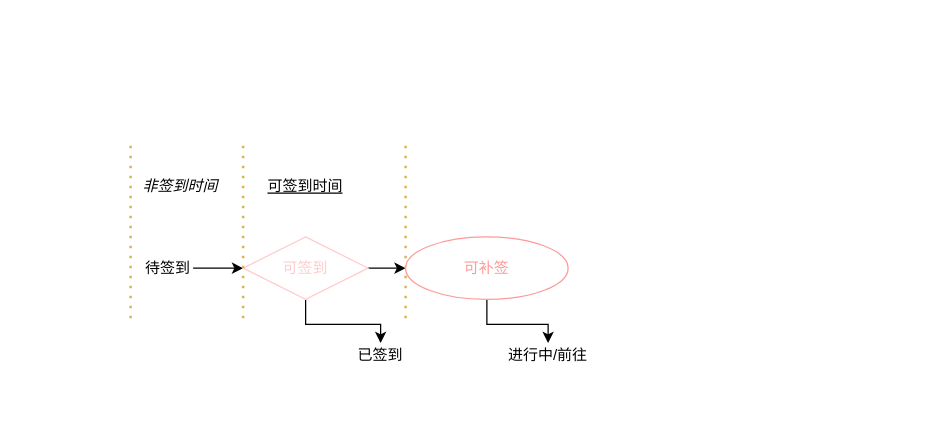
The draw.io diagram Untitled Diagram.drawio in pearhield/test, before the edit. Source tidied: cells renumbered, new cells numbered last; positions are measured from the earlier drawing's top-left corner, leaving out a move shared by most shapes. Both pictures are drawn from the tidied source at 125%, with x=0, y=0 at pixel (130, 142).
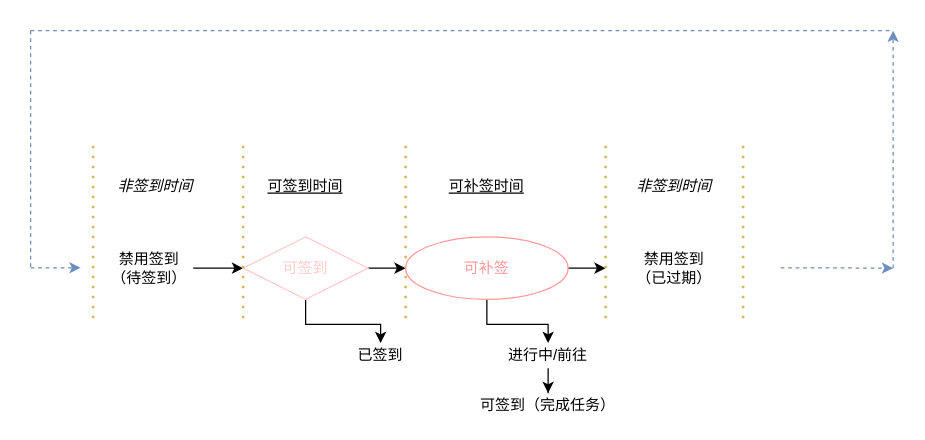
After the change.

The change refers to these unchanged cells:
```xml
<mxCell id="14" value="可补签" style="ellipse;whiteSpace=wrap;html=1;fontColor=#FF9999;strokeColor=#FF9999;" parent="1" vertex="1">
  <mxGeometry x="220" y="75" width="130" height="50" as="geometry" />
</mxCell>
<mxCell id="15" value="进行中/前往" style="text;html=1;strokeColor=none;fillColor=none;align=center;verticalAlign=middle;whiteSpace=wrap;rounded=0;" parent="1" vertex="1">
  <mxGeometry x="294" y="160" width="80" height="20" as="geometry" />
</mxCell>
```

Change to the diagram source:
```diff
@@
-    <mxCell id="3" value="待签到&lt;br&gt;" style="text;html=1;strokeColor=none;fillColor=none;align=center;verticalAlign=middle;whiteSpace=wrap;rounded=0;" parent="1" vertex="1">
-      <mxGeometry x="10" y="90" width="40" height="20" as="geometry" />
+    <mxCell id="3" value="禁用签到&lt;br&gt;（待签到）" style="text;html=1;strokeColor=none;fillColor=none;align=center;verticalAlign=middle;whiteSpace=wrap;rounded=0;" parent="1" vertex="1">
+      <mxGeometry x="-20" y="90" width="70" height="20" as="geometry" />
     </mxCell>
@@
     <mxCell id="8" style="endArrow=none;dashed=1;html=1;dashPattern=1 3;strokeWidth=2;fillColor=#fff2cc;strokeColor=#d6b656;" parent="1" edge="1">
       <mxGeometry relative="1" as="geometry">
-        <mxPoint y="140" as="sourcePoint" />
-        <mxPoint as="targetPoint" />
+        <mxPoint x="-30" y="140" as="sourcePoint" />
+        <mxPoint x="-30" as="targetPoint" />
       </mxGeometry>
     </mxCell>
@@
     <mxCell id="11" value="非签到时间" style="text;html=1;strokeColor=none;fillColor=none;align=center;verticalAlign=middle;whiteSpace=wrap;rounded=0;fontStyle=2;" parent="1" vertex="1">
-      <mxGeometry y="30" width="80" height="10" as="geometry" />
+      <mxGeometry x="-20" y="30" width="80" height="10" as="geometry" />
     </mxCell>
@@
+    <mxCell id="16" style="edgeStyle=orthogonalEdgeStyle;rounded=0;jettySize=auto;html=1;fontColor=#FF9999;" parent="1" edge="1" source="14">
+      <mxGeometry relative="1" as="geometry">
+        <mxPoint x="380" y="100" as="targetPoint" />
+      </mxGeometry>
+    </mxCell>
@@
+    <mxCell id="17" style="edgeStyle=orthogonalEdgeStyle;rounded=0;jettySize=auto;html=1;fontColor=#FF9999;" parent="1" edge="1" source="15" target="18">
+      <mxGeometry relative="1" as="geometry" />
+    </mxCell>
@@
+    <mxCell id="18" value="可签到（完成任务）" style="text;html=1;strokeColor=none;fillColor=none;align=center;verticalAlign=middle;whiteSpace=wrap;rounded=0;" parent="1" vertex="1">
+      <mxGeometry x="234" y="200" width="200" height="20" as="geometry" />
+    </mxCell>
+    <mxCell id="19" style="endArrow=none;dashed=1;html=1;dashPattern=1 3;strokeWidth=2;fillColor=#fff2cc;strokeColor=#d6b656;" parent="1" edge="1">
+      <mxGeometry relative="1" as="geometry">
+        <mxPoint x="380" y="140" as="sourcePoint" />
+        <mxPoint x="380" as="targetPoint" />
+      </mxGeometry>
+    </mxCell>
+    <mxCell id="20" value="&lt;span style=&quot;font-style: normal&quot;&gt;&lt;u&gt;可补签时间&lt;/u&gt;&lt;/span&gt;" style="text;html=1;strokeColor=none;fillColor=none;align=center;verticalAlign=middle;whiteSpace=wrap;rounded=0;fontStyle=2;" parent="1" vertex="1">
+      <mxGeometry x="245" y="30" width="80" height="10" as="geometry" />
+    </mxCell>
+    <mxCell id="21" value="禁用签到&lt;br&gt;（已过期）" style="text;html=1;strokeColor=none;fillColor=none;align=center;verticalAlign=middle;whiteSpace=wrap;rounded=0;" parent="1" vertex="1">
+      <mxGeometry x="400" y="90" width="70" height="20" as="geometry" />
+    </mxCell>
+    <mxCell id="22" style="endArrow=none;dashed=1;html=1;dashPattern=1 3;strokeWidth=2;fillColor=#fff2cc;strokeColor=#d6b656;" parent="1" edge="1">
+      <mxGeometry relative="1" as="geometry">
+        <mxPoint x="490" y="140" as="sourcePoint" />
+        <mxPoint x="490" as="targetPoint" />
+      </mxGeometry>
+    </mxCell>
+    <mxCell id="23" value="非签到时间" style="text;html=1;strokeColor=none;fillColor=none;align=center;verticalAlign=middle;whiteSpace=wrap;rounded=0;fontStyle=2;" parent="1" vertex="1">
+      <mxGeometry x="395" y="30" width="80" height="10" as="geometry" />
+    </mxCell>
+    <mxCell id="24" style="endArrow=none;dashed=1;html=1;fontColor=#FF9999;fillColor=#dae8fc;strokeColor=#6c8ebf;" parent="1" edge="1">
+      <mxGeometry relative="1" as="geometry">
+        <mxPoint x="-80" y="-90" as="sourcePoint" />
+        <mxPoint x="610" y="-90" as="targetPoint" />
+      </mxGeometry>
+    </mxCell>
+    <mxCell id="25" style="endArrow=none;dashed=1;html=1;fontColor=#FF9999;fillColor=#dae8fc;strokeColor=#6c8ebf;" parent="1" edge="1">
+      <mxGeometry relative="1" as="geometry">
+        <mxPoint x="-80" y="-90" as="sourcePoint" />
+        <mxPoint x="-80" y="100" as="targetPoint" />
+      </mxGeometry>
+    </mxCell>
+    <mxCell id="26" style="endArrow=classic;html=1;fontColor=#FF9999;fillColor=#dae8fc;strokeColor=#6c8ebf;dashed=1;" parent="1" edge="1">
+      <mxGeometry relative="1" as="geometry">
+        <mxPoint x="-80" y="99.7" as="sourcePoint" />
+        <mxPoint x="-40" y="99.7" as="targetPoint" />
+      </mxGeometry>
+    </mxCell>
+    <mxCell id="27" style="endArrow=classic;html=1;fontColor=#FF9999;fillColor=#dae8fc;strokeColor=#6c8ebf;dashed=1;" parent="1" edge="1">
+      <mxGeometry relative="1" as="geometry">
+        <mxPoint x="520" y="99.7" as="sourcePoint" />
+        <mxPoint x="610" y="100" as="targetPoint" />
+      </mxGeometry>
+    </mxCell>
+    <mxCell id="28" style="endArrow=classic;html=1;fontColor=#FF9999;fillColor=#dae8fc;strokeColor=#6c8ebf;dashed=1;" parent="1" edge="1">
+      <mxGeometry relative="1" as="geometry">
+        <mxPoint x="610" y="100" as="sourcePoint" />
+        <mxPoint x="610" y="-90" as="targetPoint" />
+      </mxGeometry>
+    </mxCell>
```
